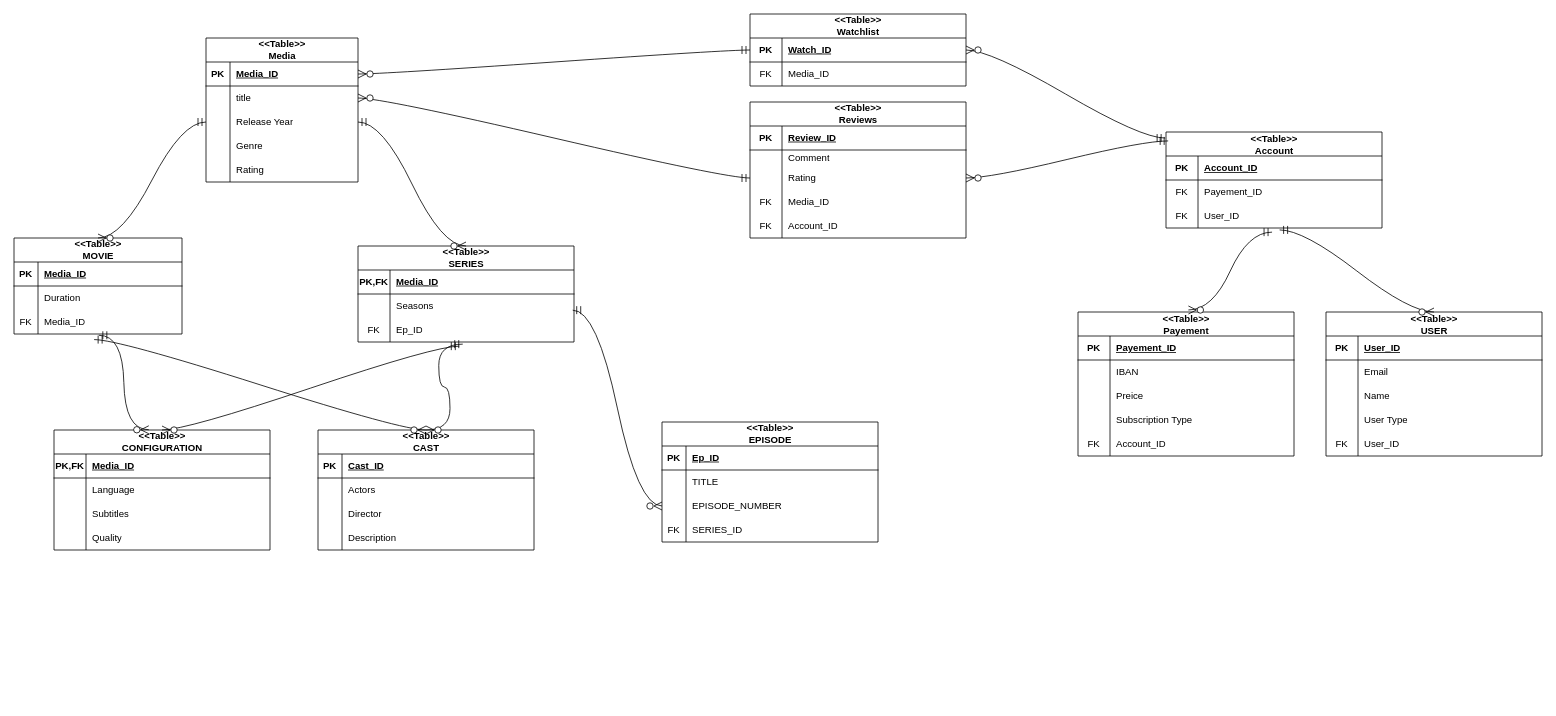
Before: draw_io/oo_inheritance.drawio in KevinGarrison/DataEngineeringProjects, a draw.io diagram. Source tidied: cells renumbered, new cells numbered last; positions are measured from the earlier drawing's top-left corner, leaving out a move shared by most shapes. Both pictures are drawn from the tidied source at 80%, with x=0, y=0 at pixel (-50, 14).
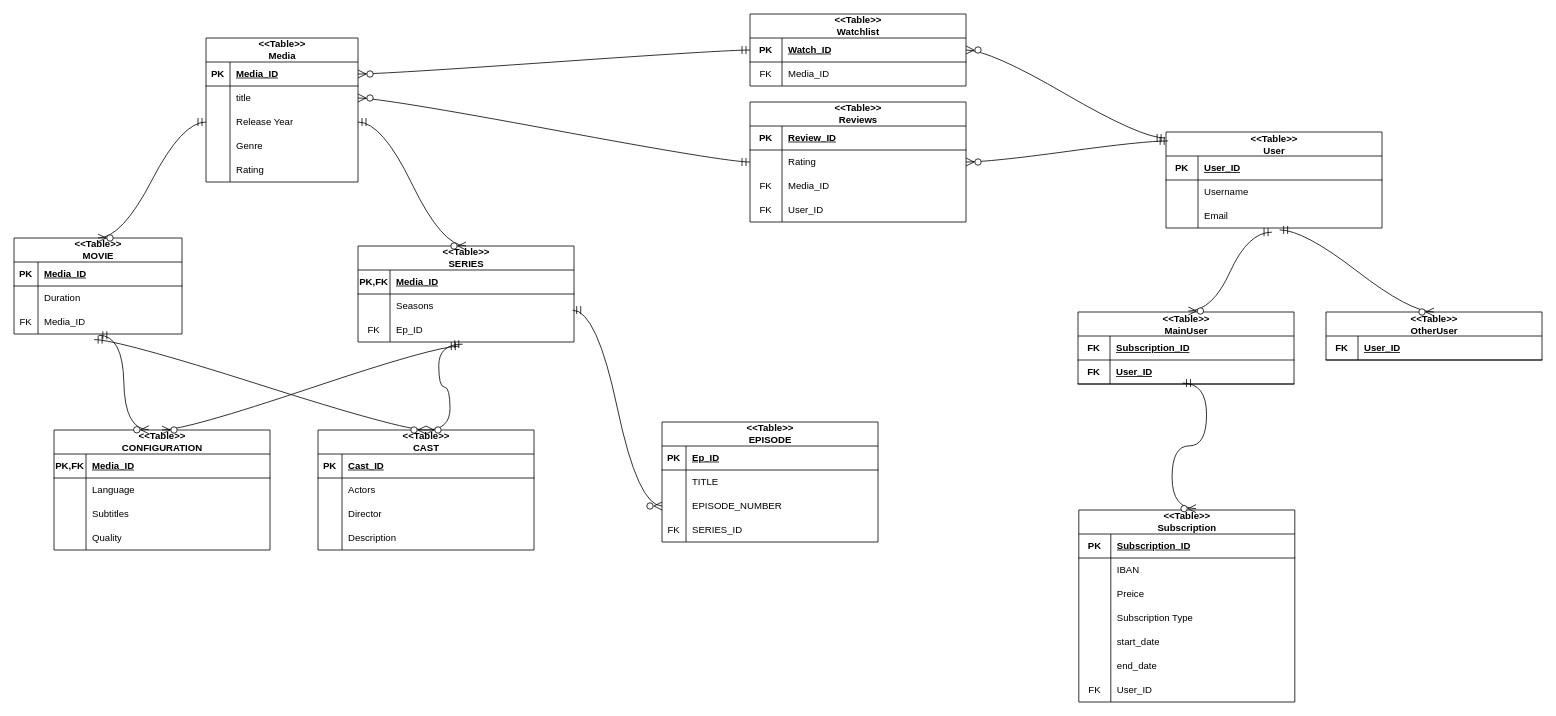
After the change.

The change refers to these unchanged cells:
```xml
<mxCell id="91" style="shape=tableRow;horizontal=0;startSize=0;swimlaneHead=0;swimlaneBody=0;fillColor=none;top=0;left=0;right=0;bottom=1;" parent="90" vertex="1">
  <mxGeometry y="30" width="270" height="30" as="geometry" />
</mxCell>
<mxCell id="94" style="shape=tableRow;horizontal=0;startSize=0;swimlaneHead=0;swimlaneBody=0;fillColor=none;top=0;left=0;right=0;bottom=0;" parent="90" vertex="1">
  <mxGeometry y="60" width="270" height="30" as="geometry" />
</mxCell>
<mxCell id="97" style="shape=tableRow;horizontal=0;startSize=0;swimlaneHead=0;swimlaneBody=0;fillColor=none;points=[[0,0.5],[1,0.5]];portConstraint=eastwest;top=0;left=0;right=0;bottom=0;" parent="90" vertex="1">
  <mxGeometry y="90" width="270" height="30" as="geometry" />
</mxCell>
<mxCell id="101" style="shape=tableRow;horizontal=0;startSize=0;swimlaneHead=0;swimlaneBody=0;fillColor=none;top=0;left=0;right=0;bottom=1;" parent="100" vertex="1">
  <mxGeometry y="30" width="270" height="30" as="geometry" />
</mxCell>
<mxCell id="117" style="shape=tableRow;horizontal=0;startSize=0;swimlaneHead=0;swimlaneBody=0;fillColor=none;top=0;left=0;right=0;bottom=1;" parent="116" vertex="1">
  <mxGeometry y="30" width="270" height="30" as="geometry" />
</mxCell>
```

The edit, as a diff of the source:
```diff
@@
-    <mxCell id="90" value="&amp;lt;&amp;lt;Table&amp;gt;&amp;gt;&lt;div&gt;Account&lt;/div&gt;" style="shape=table;startSize=30;childLayout=tableLayout;rowLines=0;fontStyle=1;align=center;html=1;" parent="1" vertex="1">
+    <mxCell id="90" value="&amp;lt;&amp;lt;Table&amp;gt;&amp;gt;&lt;div&gt;User&lt;/div&gt;" style="shape=table;startSize=30;childLayout=tableLayout;rowLines=0;fontStyle=1;align=center;html=1;" parent="1" vertex="1">
       <mxGeometry x="1520" y="147.5" width="270" height="120" as="geometry" />
     </mxCell>
@@
-    <mxCell id="93" value="Account_ID" style="shape=partialRectangle;fillColor=none;top=0;left=0;bottom=0;right=0;align=left;spacingLeft=6;fontStyle=5;overflow=hidden;whiteSpace=wrap;html=1;" parent="91" vertex="1">
+    <mxCell id="93" value="User_ID" style="shape=partialRectangle;fillColor=none;top=0;left=0;bottom=0;right=0;align=left;spacingLeft=6;fontStyle=5;overflow=hidden;whiteSpace=wrap;html=1;" parent="91" vertex="1">
       <mxGeometry x="40" width="230" height="30" as="geometry" />
     </mxCell>
@@
-    <mxCell id="95" value="FK" style="shape=partialRectangle;fillColor=none;top=0;left=0;bottom=0;right=0;overflow=hidden;whiteSpace=wrap;html=1;" parent="94" vertex="1">
+    <mxCell id="95" style="shape=partialRectangle;fillColor=none;top=0;left=0;bottom=0;right=0;overflow=hidden;whiteSpace=wrap;html=1;" parent="94" vertex="1">
       <mxGeometry width="40" height="30" as="geometry" />
     </mxCell>
-    <mxCell id="96" value="Payement_ID" style="shape=partialRectangle;fillColor=none;top=0;left=0;bottom=0;right=0;align=left;spacingLeft=6;overflow=hidden;whiteSpace=wrap;html=1;" parent="94" vertex="1">
+    <mxCell id="96" value="Username" style="shape=partialRectangle;fillColor=none;top=0;left=0;bottom=0;right=0;align=left;spacingLeft=6;overflow=hidden;whiteSpace=wrap;html=1;" parent="94" vertex="1">
       <mxGeometry x="40" width="230" height="30" as="geometry" />
     </mxCell>
@@
-    <mxCell id="98" value="FK" style="shape=partialRectangle;fillColor=none;top=0;left=0;bottom=0;right=0;overflow=hidden;whiteSpace=wrap;html=1;" parent="97" vertex="1">
+    <mxCell id="98" style="shape=partialRectangle;fillColor=none;top=0;left=0;bottom=0;right=0;overflow=hidden;whiteSpace=wrap;html=1;" parent="97" vertex="1">
       <mxGeometry width="40" height="30" as="geometry" />
     </mxCell>
-    <mxCell id="99" value="User_ID" style="shape=partialRectangle;fillColor=none;top=0;left=0;bottom=0;right=0;align=left;spacingLeft=6;overflow=hidden;whiteSpace=wrap;html=1;" parent="97" vertex="1">
+    <mxCell id="99" value="Email" style="shape=partialRectangle;fillColor=none;top=0;left=0;bottom=0;right=0;align=left;spacingLeft=6;overflow=hidden;whiteSpace=wrap;html=1;" parent="97" vertex="1">
       <mxGeometry x="40" width="230" height="30" as="geometry" />
     </mxCell>
-    <mxCell id="100" value="&amp;lt;&amp;lt;Table&amp;gt;&amp;gt;&lt;div&gt;Payement&lt;/div&gt;" style="shape=table;startSize=30;childLayout=tableLayout;rowLines=0;fontStyle=1;align=center;html=1;" parent="1" vertex="1">
-      <mxGeometry x="1410" y="372.5" width="270" height="180" as="geometry" />
+    <mxCell id="100" value="&amp;lt;&amp;lt;Table&amp;gt;&amp;gt;&lt;div&gt;MainUser&lt;/div&gt;" style="shape=table;startSize=30;childLayout=tableLayout;rowLines=0;fontStyle=1;align=center;html=1;" parent="1" vertex="1">
+      <mxGeometry x="1410" y="372.5" width="270" height="90" as="geometry" />
     </mxCell>
@@
-    <mxCell id="102" value="PK" style="shape=partialRectangle;fillColor=none;top=0;left=0;bottom=0;right=0;fontStyle=1;overflow=hidden;whiteSpace=wrap;html=1;" parent="101" vertex="1">
+    <mxCell id="102" value="FK" style="shape=partialRectangle;fillColor=none;top=0;left=0;bottom=0;right=0;fontStyle=1;overflow=hidden;whiteSpace=wrap;html=1;" parent="101" vertex="1">
       <mxGeometry width="40" height="30" as="geometry" />
     </mxCell>
-    <mxCell id="103" value="Payement_ID" style="shape=partialRectangle;fillColor=none;top=0;left=0;bottom=0;right=0;align=left;spacingLeft=6;fontStyle=5;overflow=hidden;whiteSpace=wrap;html=1;" parent="101" vertex="1">
+    <mxCell id="103" value="Subscription_ID" style="shape=partialRectangle;fillColor=none;top=0;left=0;bottom=0;right=0;align=left;spacingLeft=6;fontStyle=5;overflow=hidden;whiteSpace=wrap;html=1;" parent="101" vertex="1">
       <mxGeometry x="40" width="230" height="30" as="geometry" />
     </mxCell>
-    <mxCell id="104" style="shape=tableRow;horizontal=0;startSize=0;swimlaneHead=0;swimlaneBody=0;fillColor=none;top=0;left=0;right=0;bottom=0;" parent="100" vertex="1">
-      <mxGeometry y="60" width="270" height="30" as="geometry" />
-    </mxCell>
-    <mxCell id="105" style="shape=partialRectangle;fillColor=none;top=0;left=0;bottom=0;right=0;overflow=hidden;whiteSpace=wrap;html=1;" parent="104" vertex="1">
-      <mxGeometry width="40" height="30" as="geometry" />
-    </mxCell>
-    <mxCell id="106" value="IBAN" style="shape=partialRectangle;fillColor=none;top=0;left=0;bottom=0;right=0;align=left;spacingLeft=6;overflow=hidden;whiteSpace=wrap;html=1;" parent="104" vertex="1">
-      <mxGeometry x="40" width="230" height="30" as="geometry" />
-    </mxCell>
-    <mxCell id="107" style="shape=tableRow;horizontal=0;startSize=0;swimlaneHead=0;swimlaneBody=0;fillColor=none;top=0;left=0;right=0;bottom=0;" parent="100" vertex="1">
-      <mxGeometry y="90" width="270" height="30" as="geometry" />
-    </mxCell>
-    <mxCell id="108" style="shape=partialRectangle;fillColor=none;top=0;left=0;bottom=0;right=0;overflow=hidden;whiteSpace=wrap;html=1;" parent="107" vertex="1">
-      <mxGeometry width="40" height="30" as="geometry" />
-    </mxCell>
-    <mxCell id="109" value="Preice" style="shape=partialRectangle;fillColor=none;top=0;left=0;bottom=0;right=0;align=left;spacingLeft=6;overflow=hidden;whiteSpace=wrap;html=1;" parent="107" vertex="1">
-      <mxGeometry x="40" width="230" height="30" as="geometry" />
-    </mxCell>
-    <mxCell id="110" style="shape=tableRow;horizontal=0;startSize=0;swimlaneHead=0;swimlaneBody=0;fillColor=none;top=0;left=0;right=0;bottom=0;" parent="100" vertex="1">
-      <mxGeometry y="120" width="270" height="30" as="geometry" />
-    </mxCell>
-    <mxCell id="111" style="shape=partialRectangle;fillColor=none;top=0;left=0;bottom=0;right=0;overflow=hidden;whiteSpace=wrap;html=1;" parent="110" vertex="1">
-      <mxGeometry width="40" height="30" as="geometry" />
-    </mxCell>
-    <mxCell id="112" value="Subscription Type" style="shape=partialRectangle;fillColor=none;top=0;left=0;bottom=0;right=0;align=left;spacingLeft=6;overflow=hidden;whiteSpace=wrap;html=1;" parent="110" vertex="1">
-      <mxGeometry x="40" width="230" height="30" as="geometry" />
-    </mxCell>
-    <mxCell id="113" style="shape=tableRow;horizontal=0;startSize=0;swimlaneHead=0;swimlaneBody=0;fillColor=none;top=0;left=0;right=0;bottom=0;" parent="100" vertex="1">
-      <mxGeometry y="150" width="270" height="30" as="geometry" />
-    </mxCell>
-    <mxCell id="114" value="FK" style="shape=partialRectangle;fillColor=none;top=0;left=0;bottom=0;right=0;overflow=hidden;whiteSpace=wrap;html=1;" parent="113" vertex="1">
-      <mxGeometry width="40" height="30" as="geometry" />
-    </mxCell>
-    <mxCell id="115" value="Account_ID" style="shape=partialRectangle;fillColor=none;top=0;left=0;bottom=0;right=0;align=left;spacingLeft=6;overflow=hidden;whiteSpace=wrap;html=1;" parent="113" vertex="1">
-      <mxGeometry x="40" width="230" height="30" as="geometry" />
-    </mxCell>
+    <mxCell id="155" style="shape=tableRow;horizontal=0;startSize=0;swimlaneHead=0;swimlaneBody=0;fillColor=none;points=[[0,0.5],[1,0.5]];portConstraint=eastwest;top=0;left=0;right=0;bottom=1;" parent="100" vertex="1">
+      <mxGeometry y="60" width="270" height="30" as="geometry" />
+    </mxCell>
+    <mxCell id="156" value="FK" style="shape=partialRectangle;fillColor=none;top=0;left=0;bottom=0;right=0;fontStyle=1;overflow=hidden;whiteSpace=wrap;html=1;" parent="155" vertex="1">
+      <mxGeometry width="40" height="30" as="geometry" />
+    </mxCell>
+    <mxCell id="157" value="User_ID" style="shape=partialRectangle;fillColor=none;top=0;left=0;bottom=0;right=0;align=left;spacingLeft=6;fontStyle=5;overflow=hidden;whiteSpace=wrap;html=1;" parent="155" vertex="1">
+      <mxGeometry x="40" width="230" height="30" as="geometry" />
+    </mxCell>
-    <mxCell id="116" value="&amp;lt;&amp;lt;Table&amp;gt;&amp;gt;&lt;div&gt;USER&lt;/div&gt;" style="shape=table;startSize=30;childLayout=tableLayout;rowLines=0;fontStyle=1;align=center;html=1;" parent="1" vertex="1">
-      <mxGeometry x="1720" y="372.5" width="270" height="180" as="geometry" />
+    <mxCell id="116" value="&amp;lt;&amp;lt;Table&amp;gt;&amp;gt;&lt;div&gt;OtherUser&lt;/div&gt;" style="shape=table;startSize=30;childLayout=tableLayout;rowLines=0;fontStyle=1;align=center;html=1;" parent="1" vertex="1">
+      <mxGeometry x="1720" y="372.5" width="270" height="60" as="geometry" />
     </mxCell>
@@
-    <mxCell id="118" value="PK" style="shape=partialRectangle;fillColor=none;top=0;left=0;bottom=0;right=0;fontStyle=1;overflow=hidden;whiteSpace=wrap;html=1;" parent="117" vertex="1">
+    <mxCell id="118" value="FK" style="shape=partialRectangle;fillColor=none;top=0;left=0;bottom=0;right=0;fontStyle=1;overflow=hidden;whiteSpace=wrap;html=1;" parent="117" vertex="1">
       <mxGeometry width="40" height="30" as="geometry" />
     </mxCell>
@@
-    <mxCell id="120" style="shape=tableRow;horizontal=0;startSize=0;swimlaneHead=0;swimlaneBody=0;fillColor=none;top=0;left=0;right=0;bottom=0;" parent="116" vertex="1">
-      <mxGeometry y="60" width="270" height="30" as="geometry" />
-    </mxCell>
-    <mxCell id="121" style="shape=partialRectangle;fillColor=none;top=0;left=0;bottom=0;right=0;overflow=hidden;whiteSpace=wrap;html=1;" parent="120" vertex="1">
-      <mxGeometry width="40" height="30" as="geometry" />
-    </mxCell>
-    <mxCell id="122" value="Email" style="shape=partialRectangle;fillColor=none;top=0;left=0;bottom=0;right=0;align=left;spacingLeft=6;overflow=hidden;whiteSpace=wrap;html=1;" parent="120" vertex="1">
-      <mxGeometry x="40" width="230" height="30" as="geometry" />
-    </mxCell>
-    <mxCell id="123" style="shape=tableRow;horizontal=0;startSize=0;swimlaneHead=0;swimlaneBody=0;fillColor=none;top=0;left=0;right=0;bottom=0;" parent="116" vertex="1">
-      <mxGeometry y="90" width="270" height="30" as="geometry" />
-    </mxCell>
-    <mxCell id="124" style="shape=partialRectangle;fillColor=none;top=0;left=0;bottom=0;right=0;overflow=hidden;whiteSpace=wrap;html=1;" parent="123" vertex="1">
-      <mxGeometry width="40" height="30" as="geometry" />
-    </mxCell>
-    <mxCell id="125" value="Name" style="shape=partialRectangle;fillColor=none;top=0;left=0;bottom=0;right=0;align=left;spacingLeft=6;overflow=hidden;whiteSpace=wrap;html=1;" parent="123" vertex="1">
-      <mxGeometry x="40" width="230" height="30" as="geometry" />
-    </mxCell>
-    <mxCell id="126" style="shape=tableRow;horizontal=0;startSize=0;swimlaneHead=0;swimlaneBody=0;fillColor=none;top=0;left=0;right=0;bottom=0;" parent="116" vertex="1">
-      <mxGeometry y="120" width="270" height="30" as="geometry" />
-    </mxCell>
-    <mxCell id="127" style="shape=partialRectangle;fillColor=none;top=0;left=0;bottom=0;right=0;overflow=hidden;whiteSpace=wrap;html=1;" parent="126" vertex="1">
-      <mxGeometry width="40" height="30" as="geometry" />
-    </mxCell>
-    <mxCell id="128" value="User Type" style="shape=partialRectangle;fillColor=none;top=0;left=0;bottom=0;right=0;align=left;spacingLeft=6;overflow=hidden;whiteSpace=wrap;html=1;" parent="126" vertex="1">
-      <mxGeometry x="40" width="230" height="30" as="geometry" />
-    </mxCell>
-    <mxCell id="129" style="shape=tableRow;horizontal=0;startSize=0;swimlaneHead=0;swimlaneBody=0;fillColor=none;top=0;left=0;right=0;bottom=0;" parent="116" vertex="1">
-      <mxGeometry y="150" width="270" height="30" as="geometry" />
-    </mxCell>
-    <mxCell id="130" value="FK" style="shape=partialRectangle;fillColor=none;top=0;left=0;bottom=0;right=0;overflow=hidden;whiteSpace=wrap;html=1;" parent="129" vertex="1">
-      <mxGeometry width="40" height="30" as="geometry" />
-    </mxCell>
-    <mxCell id="131" value="User_ID" style="shape=partialRectangle;fillColor=none;top=0;left=0;bottom=0;right=0;align=left;spacingLeft=6;overflow=hidden;whiteSpace=wrap;html=1;" parent="129" vertex="1">
-      <mxGeometry x="40" width="230" height="30" as="geometry" />
-    </mxCell>
     <mxCell id="132" value="&amp;lt;&amp;lt;Table&amp;gt;&amp;gt;&lt;div&gt;Reviews&lt;/div&gt;" style="shape=table;startSize=30;childLayout=tableLayout;rowLines=0;fontStyle=1;align=center;html=1;" parent="1" vertex="1">
-      <mxGeometry x="1000" y="110" width="270" height="170" as="geometry" />
+      <mxGeometry x="1000" y="110" width="270" height="150" as="geometry" />
     </mxCell>
@@
-    <mxCell id="136" style="shape=tableRow;horizontal=0;startSize=0;swimlaneHead=0;swimlaneBody=0;fillColor=none;top=0;left=0;right=0;bottom=0;" parent="132" vertex="1">
-      <mxGeometry y="60" width="270" height="20" as="geometry" />
-    </mxCell>
-    <mxCell id="137" style="shape=partialRectangle;fillColor=none;top=0;left=0;bottom=0;right=0;overflow=hidden;whiteSpace=wrap;html=1;" parent="136" vertex="1">
-      <mxGeometry width="40" height="20" as="geometry" />
-    </mxCell>
-    <mxCell id="138" value="Comment" style="shape=partialRectangle;fillColor=none;top=0;left=0;bottom=0;right=0;align=left;spacingLeft=6;overflow=hidden;whiteSpace=wrap;html=1;" parent="136" vertex="1">
-      <mxGeometry x="40" width="230" height="20" as="geometry" />
-    </mxCell>
     <mxCell id="139" style="shape=tableRow;horizontal=0;startSize=0;swimlaneHead=0;swimlaneBody=0;fillColor=none;points=[[0,0.5],[1,0.5]];portConstraint=eastwest;top=0;left=0;right=0;bottom=0;" parent="132" vertex="1">
-      <mxGeometry y="80" width="270" height="30" as="geometry" />
+      <mxGeometry y="60" width="270" height="30" as="geometry" />
     </mxCell>
@@
     <mxCell id="142" style="shape=tableRow;horizontal=0;startSize=0;swimlaneHead=0;swimlaneBody=0;fillColor=none;top=0;left=0;right=0;bottom=0;" parent="132" vertex="1">
-      <mxGeometry y="110" width="270" height="30" as="geometry" />
+      <mxGeometry y="90" width="270" height="30" as="geometry" />
     </mxCell>
@@
     <mxCell id="145" style="shape=tableRow;horizontal=0;startSize=0;swimlaneHead=0;swimlaneBody=0;fillColor=none;top=0;left=0;right=0;bottom=0;" parent="132" vertex="1">
-      <mxGeometry y="140" width="270" height="30" as="geometry" />
+      <mxGeometry y="120" width="270" height="30" as="geometry" />
     </mxCell>
@@
-    <mxCell id="147" value="Account_ID" style="shape=partialRectangle;fillColor=none;top=0;left=0;bottom=0;right=0;align=left;spacingLeft=6;overflow=hidden;whiteSpace=wrap;html=1;" parent="145" vertex="1">
+    <mxCell id="147" value="User_ID" style="shape=partialRectangle;fillColor=none;top=0;left=0;bottom=0;right=0;align=left;spacingLeft=6;overflow=hidden;whiteSpace=wrap;html=1;" parent="145" vertex="1">
       <mxGeometry x="40" width="230" height="30" as="geometry" />
     </mxCell>
@@
+    <mxCell id="158" value="&amp;lt;&amp;lt;Table&amp;gt;&amp;gt;&lt;div&gt;Subscription&lt;/div&gt;" style="shape=table;startSize=30;childLayout=tableLayout;rowLines=0;fontStyle=1;align=center;html=1;" parent="1" vertex="1">
+      <mxGeometry x="1411" y="620" width="270" height="240" as="geometry" />
+    </mxCell>
+    <mxCell id="159" style="shape=tableRow;horizontal=0;startSize=0;swimlaneHead=0;swimlaneBody=0;fillColor=none;top=0;left=0;right=0;bottom=1;" parent="158" vertex="1">
+      <mxGeometry y="30" width="270" height="30" as="geometry" />
+    </mxCell>
+    <mxCell id="160" value="PK" style="shape=partialRectangle;fillColor=none;top=0;left=0;bottom=0;right=0;fontStyle=1;overflow=hidden;whiteSpace=wrap;html=1;" parent="159" vertex="1">
+      <mxGeometry width="40" height="30" as="geometry" />
+    </mxCell>
+    <mxCell id="161" value="Subscription_ID" style="shape=partialRectangle;fillColor=none;top=0;left=0;bottom=0;right=0;align=left;spacingLeft=6;fontStyle=5;overflow=hidden;whiteSpace=wrap;html=1;" parent="159" vertex="1">
+      <mxGeometry x="40" width="230" height="30" as="geometry" />
+    </mxCell>
+    <mxCell id="162" style="shape=tableRow;horizontal=0;startSize=0;swimlaneHead=0;swimlaneBody=0;fillColor=none;top=0;left=0;right=0;bottom=0;" parent="158" vertex="1">
+      <mxGeometry y="60" width="270" height="30" as="geometry" />
+    </mxCell>
+    <mxCell id="163" style="shape=partialRectangle;fillColor=none;top=0;left=0;bottom=0;right=0;overflow=hidden;whiteSpace=wrap;html=1;" parent="162" vertex="1">
+      <mxGeometry width="40" height="30" as="geometry" />
+    </mxCell>
+    <mxCell id="106" value="IBAN" style="shape=partialRectangle;fillColor=none;top=0;left=0;bottom=0;right=0;align=left;spacingLeft=6;overflow=hidden;whiteSpace=wrap;html=1;" parent="162" vertex="1">
+      <mxGeometry x="40" width="230" height="30" as="geometry" />
+    </mxCell>
+    <mxCell id="164" style="shape=tableRow;horizontal=0;startSize=0;swimlaneHead=0;swimlaneBody=0;fillColor=none;top=0;left=0;right=0;bottom=0;" parent="158" vertex="1">
+      <mxGeometry y="90" width="270" height="30" as="geometry" />
+    </mxCell>
+    <mxCell id="165" style="shape=partialRectangle;fillColor=none;top=0;left=0;bottom=0;right=0;overflow=hidden;whiteSpace=wrap;html=1;" parent="164" vertex="1">
+      <mxGeometry width="40" height="30" as="geometry" />
+    </mxCell>
+    <mxCell id="109" value="Preice" style="shape=partialRectangle;fillColor=none;top=0;left=0;bottom=0;right=0;align=left;spacingLeft=6;overflow=hidden;whiteSpace=wrap;html=1;" parent="164" vertex="1">
+      <mxGeometry x="40" width="230" height="30" as="geometry" />
+    </mxCell>
+    <mxCell id="166" style="shape=tableRow;horizontal=0;startSize=0;swimlaneHead=0;swimlaneBody=0;fillColor=none;top=0;left=0;right=0;bottom=0;" parent="158" vertex="1">
+      <mxGeometry y="120" width="270" height="30" as="geometry" />
+    </mxCell>
+    <mxCell id="167" style="shape=partialRectangle;fillColor=none;top=0;left=0;bottom=0;right=0;overflow=hidden;whiteSpace=wrap;html=1;" parent="166" vertex="1">
+      <mxGeometry width="40" height="30" as="geometry" />
+    </mxCell>
+    <mxCell id="112" value="Subscription Type" style="shape=partialRectangle;fillColor=none;top=0;left=0;bottom=0;right=0;align=left;spacingLeft=6;overflow=hidden;whiteSpace=wrap;html=1;" parent="166" vertex="1">
+      <mxGeometry x="40" width="230" height="30" as="geometry" />
+    </mxCell>
+    <mxCell id="168" style="shape=tableRow;horizontal=0;startSize=0;swimlaneHead=0;swimlaneBody=0;fillColor=none;top=0;left=0;right=0;bottom=0;" parent="158" vertex="1">
+      <mxGeometry y="150" width="270" height="30" as="geometry" />
+    </mxCell>
+    <mxCell id="169" style="shape=partialRectangle;fillColor=none;top=0;left=0;bottom=0;right=0;overflow=hidden;whiteSpace=wrap;html=1;" parent="168" vertex="1">
+      <mxGeometry width="40" height="30" as="geometry" />
+    </mxCell>
+    <mxCell id="170" value="start_date" style="shape=partialRectangle;fillColor=none;top=0;left=0;bottom=0;right=0;align=left;spacingLeft=6;overflow=hidden;whiteSpace=wrap;html=1;" parent="168" vertex="1">
+      <mxGeometry x="40" width="230" height="30" as="geometry" />
+    </mxCell>
+    <mxCell id="171" style="shape=tableRow;horizontal=0;startSize=0;swimlaneHead=0;swimlaneBody=0;fillColor=none;top=0;left=0;right=0;bottom=0;" parent="158" vertex="1">
+      <mxGeometry y="180" width="270" height="30" as="geometry" />
+    </mxCell>
+    <mxCell id="172" style="shape=partialRectangle;fillColor=none;top=0;left=0;bottom=0;right=0;overflow=hidden;whiteSpace=wrap;html=1;" parent="171" vertex="1">
+      <mxGeometry width="40" height="30" as="geometry" />
+    </mxCell>
+    <mxCell id="173" value="end_date" style="shape=partialRectangle;fillColor=none;top=0;left=0;bottom=0;right=0;align=left;spacingLeft=6;overflow=hidden;whiteSpace=wrap;html=1;" parent="171" vertex="1">
+      <mxGeometry x="40" width="230" height="30" as="geometry" />
+    </mxCell>
+    <mxCell id="174" style="shape=tableRow;horizontal=0;startSize=0;swimlaneHead=0;swimlaneBody=0;fillColor=none;top=0;left=0;right=0;bottom=0;" parent="158" vertex="1">
+      <mxGeometry y="210" width="270" height="30" as="geometry" />
+    </mxCell>
+    <mxCell id="175" value="FK" style="shape=partialRectangle;fillColor=none;top=0;left=0;bottom=0;right=0;overflow=hidden;whiteSpace=wrap;html=1;" parent="174" vertex="1">
+      <mxGeometry width="40" height="30" as="geometry" />
+    </mxCell>
+    <mxCell id="131" value="User_ID" style="shape=partialRectangle;fillColor=none;top=0;left=0;bottom=0;right=0;align=left;spacingLeft=6;overflow=hidden;whiteSpace=wrap;html=1;" parent="174" vertex="1">
+      <mxGeometry x="40" width="230" height="30" as="geometry" />
+    </mxCell>
+    <mxCell id="176" style="edgeStyle=entityRelationEdgeStyle;fontSize=12;html=1;endArrow=ERzeroToMany;startArrow=ERmandOne;rounded=0;startSize=8;endSize=8;curved=1;exitX=0.484;exitY=0.961;exitDx=0;exitDy=0;entryX=0.543;entryY=-0.007;entryDx=0;entryDy=0;exitPerimeter=0;entryPerimeter=0;" parent="1" edge="1" source="155" target="158">
+      <mxGeometry relative="1" as="geometry">
+        <Array as="points">
+          <mxPoint x="1808" y="1711" />
+          <mxPoint x="1525" y="1571" />
+          <mxPoint x="1508" y="1581" />
+        </Array>
+      </mxGeometry>
+    </mxCell>
```
